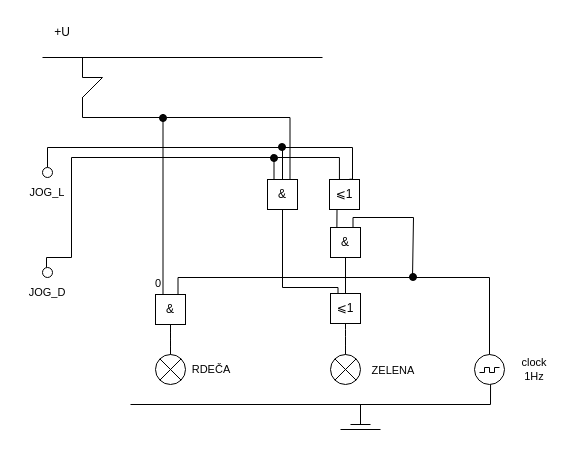
Before: page "Page-3" (1 of 3) of Untitled Diagram.drawio in ride2x/SVP1, a draw.io diagram. Source tidied: cells renumbered, new cells numbered last; positions are measured from the earlier drawing's top-left corner, leaving out a move shared by most shapes. Both pictures are drawn from the tidied source at 100%, with x=0, y=0 at pixel (17, 17).
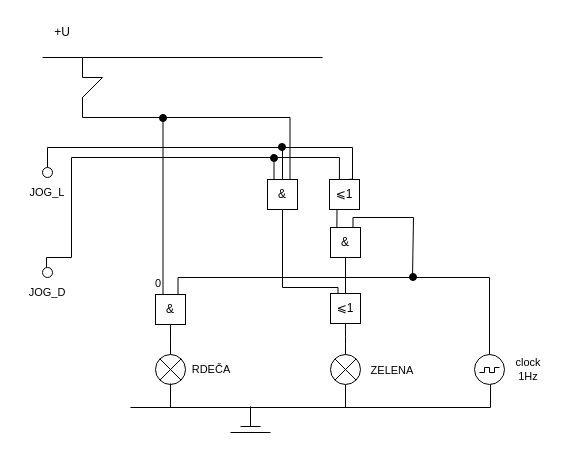
The same page after the edit.

Unchanged cells that the change refers to:
```xml
<mxCell id="16" style="group;" parent="1" vertex="1">
  <mxGeometry x="313" y="337" width="30" height="30" as="geometry" />
</mxCell>
<mxCell id="17" style="ellipse;whiteSpace=wrap;html=1;" parent="16" vertex="1">
  <mxGeometry width="30" height="30" as="geometry" />
</mxCell>
<mxCell id="20" style="ellipse;whiteSpace=wrap;html=1;" parent="1" vertex="1">
  <mxGeometry x="457" y="337" width="30" height="30" as="geometry" />
</mxCell>
```

Change to the diagram source:
```diff
@@
     <mxCell id="7" style="endArrow=none;html=1;rounded=0;" parent="1" edge="1">
       <mxGeometry relative="1" as="geometry">
-        <mxPoint x="333" y="407" as="sourcePoint" />
-        <mxPoint x="353" y="407" as="targetPoint" />
+        <mxPoint x="223" y="409" as="sourcePoint" />
+        <mxPoint x="243" y="409" as="targetPoint" />
       </mxGeometry>
     </mxCell>
     <mxCell id="8" style="endArrow=none;html=1;rounded=0;" parent="1" edge="1">
       <mxGeometry relative="1" as="geometry">
-        <mxPoint x="323" y="412" as="sourcePoint" />
-        <mxPoint x="363" y="412" as="targetPoint" />
+        <mxPoint x="213" y="415" as="sourcePoint" />
+        <mxPoint x="253" y="415" as="targetPoint" />
       </mxGeometry>
     </mxCell>
@@
     <mxCell id="10" style="endArrow=none;html=1;rounded=0;" parent="1" edge="1">
       <mxGeometry relative="1" as="geometry">
-        <mxPoint x="343" y="407" as="sourcePoint" />
-        <mxPoint x="343" y="387" as="targetPoint" />
+        <mxPoint x="233" y="409" as="sourcePoint" />
+        <mxPoint x="233" y="389" as="targetPoint" />
       </mxGeometry>
     </mxCell>
     <mxCell id="11" style="endArrow=none;html=1;rounded=0;" parent="1" edge="1">
       <mxGeometry relative="1" as="geometry">
-        <mxPoint x="113" y="387" as="sourcePoint" />
-        <mxPoint x="473" y="387" as="targetPoint" />
+        <mxPoint x="113" y="390" as="sourcePoint" />
+        <mxPoint x="473" y="390" as="targetPoint" />
       </mxGeometry>
     </mxCell>
@@
+    <mxCell id="63" style="edgeStyle=none;shape=connector;rounded=0;jettySize=auto;html=1;exitX=0.5;exitY=1;exitDx=0;exitDy=0;strokeColor=default;align=center;verticalAlign=middle;fontFamily=Helvetica;fontSize=11;fontColor=default;labelBackgroundColor=default;endArrow=none;flowAnimation=0;" parent="16" edge="1" source="17">
+      <mxGeometry relative="1" as="geometry">
+        <mxPoint x="15" y="53" as="targetPoint" />
+      </mxGeometry>
+    </mxCell>
@@
     <mxCell id="29" style="endArrow=none;html=1;rounded=0;entryX=0.535;entryY=1.001;entryDx=0;entryDy=0;entryPerimeter=0;" parent="1" edge="1" target="20">
       <mxGeometry relative="1" as="geometry">
-        <mxPoint x="473" y="387" as="sourcePoint" />
+        <mxPoint x="473" y="390" as="sourcePoint" />
       </mxGeometry>
     </mxCell>
@@
     <mxCell id="55" value="ZELENA" style="text;strokeColor=none;align=center;fillColor=none;html=1;verticalAlign=middle;whiteSpace=wrap;rounded=0;fontFamily=Helvetica;fontSize=11;fontColor=default;labelBackgroundColor=default;" parent="1" vertex="1">
-      <mxGeometry x="346" y="337.5" width="60" height="30" as="geometry" />
+      <mxGeometry x="345" y="337.5" width="60" height="30" as="geometry" />
     </mxCell>
     <mxCell id="56" value="&lt;div&gt;clock&lt;/div&gt;&lt;div&gt;1Hz&lt;br&gt;&lt;/div&gt;" style="text;strokeColor=none;align=center;fillColor=none;html=1;verticalAlign=middle;whiteSpace=wrap;rounded=0;fontFamily=Helvetica;fontSize=11;fontColor=default;labelBackgroundColor=default;" parent="1" vertex="1">
-      <mxGeometry x="487" y="337" width="60" height="30" as="geometry" />
+      <mxGeometry x="481" y="337" width="60" height="30" as="geometry" />
     </mxCell>
@@
+    <mxCell id="64" style="endArrow=none;html=1;rounded=0;strokeColor=default;align=center;verticalAlign=middle;fontFamily=Helvetica;fontSize=11;fontColor=default;labelBackgroundColor=default;flowAnimation=0;entryX=0.5;entryY=1;entryDx=0;entryDy=0;" parent="1" edge="1">
+      <mxGeometry relative="1" as="geometry">
+        <mxPoint x="153" y="390" as="sourcePoint" />
+        <mxPoint x="153" y="366" as="targetPoint" />
+      </mxGeometry>
+    </mxCell>
```
